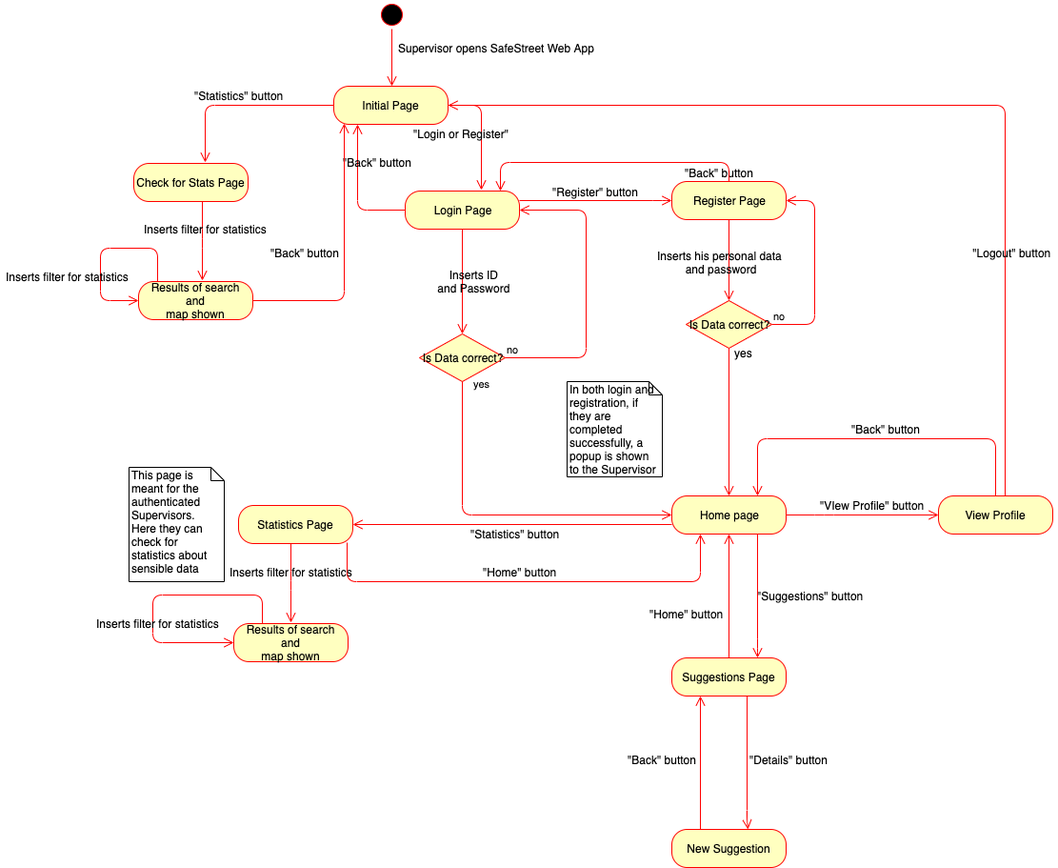
This is DD/img/Activity_diagram_Supervisor_WebApp.png from SimoneSartoni/SoftwareEngineering2, a draw.io export, as it was before one commit. Source tidied: cells renumbered, new cells last; positions are measured from the earlier drawing's top-left corner, leaving out a move shared by most shapes.
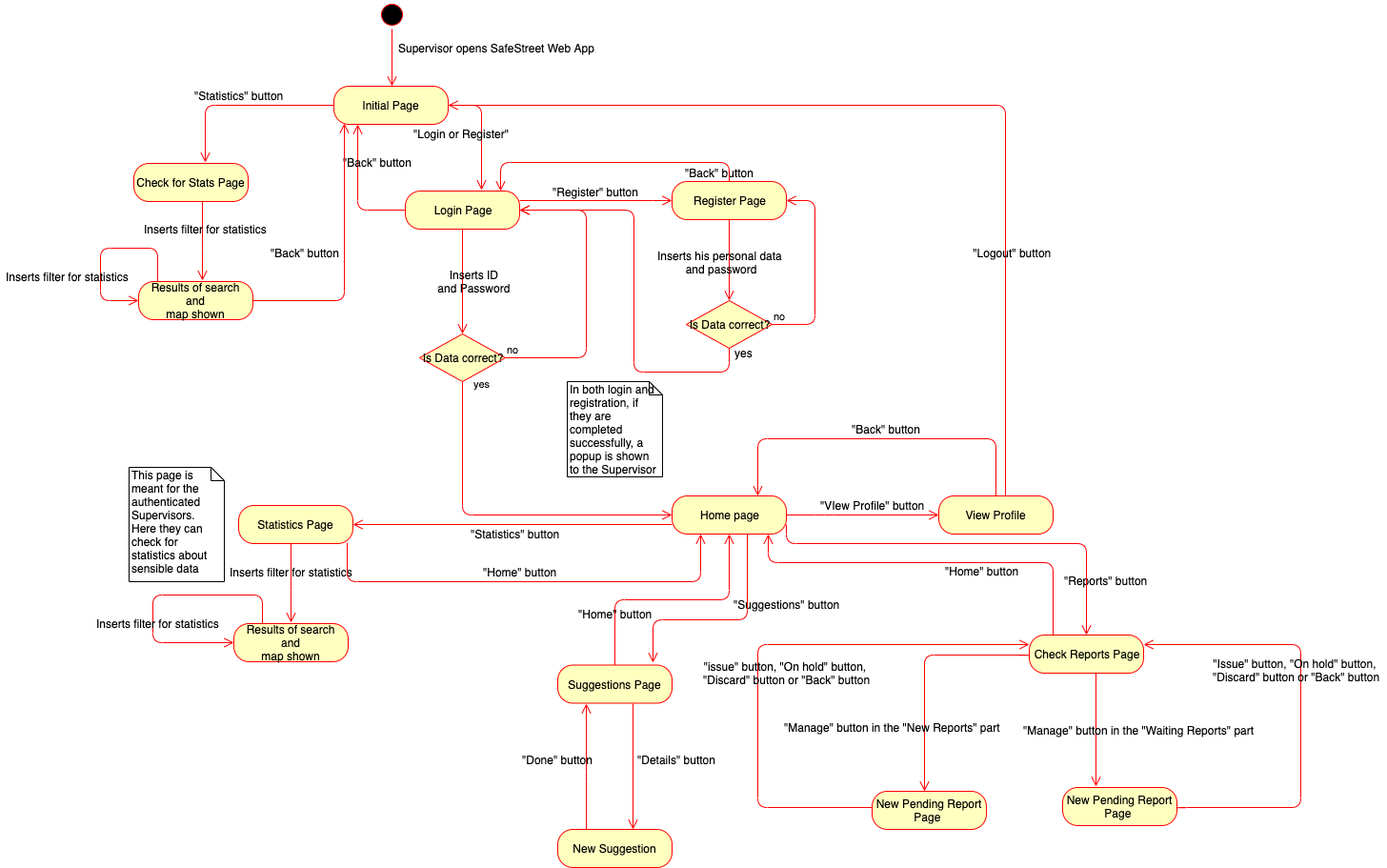
Above is the later version.

Commit message:
update activity diagrams

What changed in the source:
```diff
@@ -70,10 +70,12 @@
     <mxCell id="16" value="Register Page" style="rounded=1;whiteSpace=wrap;html=1;arcSize=40;fontColor=#000000;fillColor=#ffffc0;strokeColor=#ff0000;" parent="1" vertex="1">
       <mxGeometry x="705" y="190" width="120" height="40" as="geometry" />
     </mxCell>
-    <mxCell id="17" style="edgeStyle=orthogonalEdgeStyle;html=1;verticalAlign=bottom;endArrow=open;endSize=8;strokeColor=#ff0000;exitX=0.5;exitY=1;exitDx=0;exitDy=0;" parent="1" edge="1" source="22" target="19">
+    <mxCell id="17" style="edgeStyle=orthogonalEdgeStyle;html=1;verticalAlign=bottom;endArrow=open;endSize=8;strokeColor=#ff0000;exitX=0.5;exitY=1;exitDx=0;exitDy=0;entryX=1;entryY=0.75;entryDx=0;entryDy=0;" parent="1" edge="1" source="22" target="7">
       <mxGeometry relative="1" as="geometry">
         <Array as="points">
-          <mxPoint x="765" y="310" />
+          <mxPoint x="765" y="390" />
+          <mxPoint x="665" y="390" />
+          <mxPoint x="665" y="220" />
         </Array>
       </mxGeometry>
     </mxCell>
@@ -203,7 +205,7 @@
       <mxGeometry relative="1" as="geometry" />
     </mxCell>
     <mxCell id="46" value="Suggestions Page" style="rounded=1;whiteSpace=wrap;html=1;arcSize=40;fontColor=#000000;fillColor=#ffffc0;strokeColor=#ff0000;" parent="1" vertex="1">
-      <mxGeometry x="705" y="690" width="120" height="40" as="geometry" />
+      <mxGeometry x="585" y="697.5" width="120" height="40" as="geometry" />
     </mxCell>
     <mxCell id="47" value="Statistics Page" style="rounded=1;whiteSpace=wrap;html=1;arcSize=40;fontColor=#000000;fillColor=#ffffc0;strokeColor=#ff0000;" parent="1" vertex="1">
       <mxGeometry x="250" y="530" width="120" height="40" as="geometry" />
@@ -212,7 +214,7 @@
       <mxGeometry x="135" y="490" width="100" height="120" as="geometry" />
     </mxCell>
     <mxCell id="49" value="&quot;Suggestions&quot; button" style="text;html=1;align=center;verticalAlign=middle;" parent="1" vertex="1">
-      <mxGeometry x="785" y="615" width="130" height="20" as="geometry" />
+      <mxGeometry x="760" y="624" width="130" height="20" as="geometry" />
     </mxCell>
     <mxCell id="50" style="edgeStyle=orthogonalEdgeStyle;html=1;verticalAlign=bottom;endArrow=open;endSize=8;strokeColor=#ff0000;exitX=1;exitY=0.5;exitDx=0;exitDy=0;entryX=0.092;entryY=0.975;entryDx=0;entryDy=0;entryPerimeter=0;" parent="1" edge="1" source="38" target="2">
       <mxGeometry relative="1" as="geometry">
@@ -223,10 +225,11 @@
     </mxCell>
     <mxCell id="51" style="edgeStyle=orthogonalEdgeStyle;html=1;verticalAlign=bottom;endArrow=open;endSize=8;strokeColor=#ff0000;exitX=0.5;exitY=1;exitDx=0;exitDy=0;" parent="1" edge="1">
       <mxGeometry relative="1" as="geometry">
-        <mxPoint x="794.5" y="560" as="sourcePoint" />
-        <mxPoint x="794.5" y="690" as="targetPoint" />
+        <mxPoint x="783.5" y="560" as="sourcePoint" />
+        <mxPoint x="685" y="695" as="targetPoint" />
         <Array as="points">
-          <mxPoint x="794.5" y="680" />
+          <mxPoint x="784" y="650" />
+          <mxPoint x="685" y="650" />
         </Array>
       </mxGeometry>
     </mxCell>
@@ -242,7 +245,7 @@
       <mxGeometry x="885" y="440" width="90" height="20" as="geometry" />
     </mxCell>
     <mxCell id="54" value="&quot;Home&quot; button" style="text;html=1;align=center;verticalAlign=middle;" parent="1" vertex="1">
-      <mxGeometry x="675" y="634" width="90" height="20" as="geometry" />
+      <mxGeometry x="600" y="634" width="90" height="20" as="geometry" />
     </mxCell>
     <mxCell id="55" value="Results of search and&lt;br&gt;map shown" style="rounded=1;whiteSpace=wrap;html=1;arcSize=40;fontColor=#000000;fillColor=#ffffc0;strokeColor=#ff0000;" parent="1" vertex="1">
       <mxGeometry x="245" y="654" width="120" height="40" as="geometry" />
@@ -284,30 +287,105 @@
     <mxCell id="61" value="&quot;Home&quot; button" style="text;html=1;align=center;verticalAlign=middle;" parent="1" vertex="1">
       <mxGeometry x="500" y="590" width="90" height="20" as="geometry" />
     </mxCell>
-    <mxCell id="62" style="edgeStyle=orthogonalEdgeStyle;html=1;verticalAlign=bottom;endArrow=open;endSize=8;strokeColor=#ff0000;exitX=0.658;exitY=1;exitDx=0;exitDy=0;exitPerimeter=0;" parent="1" edge="1" source="46">
-      <mxGeometry relative="1" as="geometry">
-        <mxPoint x="784.5" y="870" as="targetPoint" />
-        <Array as="points">
-          <mxPoint x="784" y="860" />
-        </Array>
-      </mxGeometry>
+    <mxCell id="62" style="edgeStyle=orthogonalEdgeStyle;html=1;verticalAlign=bottom;endArrow=open;endSize=8;strokeColor=#ff0000;exitX=0.658;exitY=1;exitDx=0;exitDy=0;exitPerimeter=0;entryX=0.658;entryY=0;entryDx=0;entryDy=0;entryPerimeter=0;" parent="1" edge="1" source="46" target="63">
+      <mxGeometry relative="1" as="geometry" />
     </mxCell>
     <mxCell id="63" value="New Suggestion" style="rounded=1;whiteSpace=wrap;html=1;arcSize=40;fontColor=#000000;fillColor=#ffffc0;strokeColor=#ff0000;" parent="1" vertex="1">
-      <mxGeometry x="705" y="870" width="120" height="40" as="geometry" />
+      <mxGeometry x="585" y="870" width="120" height="40" as="geometry" />
     </mxCell>
     <mxCell id="64" value="&quot;Details&quot; button" style="text;html=1;align=center;verticalAlign=middle;" parent="1" vertex="1">
-      <mxGeometry x="778" y="787" width="100" height="20" as="geometry" />
+      <mxGeometry x="660" y="787" width="100" height="20" as="geometry" />
     </mxCell>
     <mxCell id="65" style="edgeStyle=orthogonalEdgeStyle;html=1;verticalAlign=bottom;endArrow=open;endSize=8;strokeColor=#ff0000;entryX=0.25;entryY=1;entryDx=0;entryDy=0;" parent="1" edge="1" target="46">
       <mxGeometry relative="1" as="geometry">
-        <mxPoint x="735" y="870" as="sourcePoint" />
+        <mxPoint x="615" y="870" as="sourcePoint" />
         <Array as="points">
-          <mxPoint x="735" y="870" />
+          <mxPoint x="615" y="810" />
+          <mxPoint x="615" y="810" />
         </Array>
       </mxGeometry>
     </mxCell>
-    <mxCell id="66" value="&quot;Back&quot; button" style="text;html=1;align=center;verticalAlign=middle;" parent="1" vertex="1">
-      <mxGeometry x="650" y="787" width="90" height="20" as="geometry" />
+    <mxCell id="66" value="&quot;Done&quot; button" style="text;html=1;align=center;verticalAlign=middle;" parent="1" vertex="1">
+      <mxGeometry x="540" y="787" width="90" height="20" as="geometry" />
     </mxCell>
+    <mxCell id="67" value="New Pending Report Page&amp;nbsp;" style="rounded=1;whiteSpace=wrap;html=1;arcSize=40;fontColor=#000000;fillColor=#ffffc0;strokeColor=#ff0000;" parent="1" vertex="1">
+      <mxGeometry x="1115" y="826" width="120" height="40" as="geometry" />
+    </mxCell>
+    <mxCell id="68" style="edgeStyle=orthogonalEdgeStyle;html=1;verticalAlign=bottom;endArrow=open;endSize=8;strokeColor=#ff0000;" parent="1" edge="1">
+      <mxGeometry relative="1" as="geometry">
+        <mxPoint x="1150" y="706" as="sourcePoint" />
+        <mxPoint x="1150" y="825" as="targetPoint" />
+        <Array as="points">
+          <mxPoint x="1150" y="706" />
+        </Array>
+      </mxGeometry>
+    </mxCell>
+    <mxCell id="69" style="edgeStyle=orthogonalEdgeStyle;html=1;verticalAlign=bottom;endArrow=open;endSize=8;strokeColor=#ff0000;exitX=0;exitY=0.5;exitDx=0;exitDy=0;entryX=0.458;entryY=0;entryDx=0;entryDy=0;entryPerimeter=0;" parent="1" edge="1" source="81" target="70">
+      <mxGeometry relative="1" as="geometry">
+        <Array as="points">
+          <mxPoint x="1080" y="687" />
+          <mxPoint x="970" y="687" />
+        </Array>
+      </mxGeometry>
+    </mxCell>
+    <mxCell id="70" value="New Pending Report Page&amp;nbsp;" style="rounded=1;whiteSpace=wrap;html=1;arcSize=40;fontColor=#000000;fillColor=#ffffc0;strokeColor=#ff0000;" parent="1" vertex="1">
+      <mxGeometry x="915" y="830" width="120" height="40" as="geometry" />
+    </mxCell>
+    <mxCell id="71" value="&quot;Reports&quot; button" style="text;html=1;align=center;verticalAlign=middle;" parent="1" vertex="1">
+      <mxGeometry x="1110" y="599" width="100" height="20" as="geometry" />
+    </mxCell>
+    <mxCell id="72" value="&quot;Manage&quot; button in the &quot;Waiting Reports&quot; part" style="text;html=1;align=center;verticalAlign=middle;" parent="1" vertex="1">
+      <mxGeometry x="1065" y="756" width="260" height="20" as="geometry" />
+    </mxCell>
+    <mxCell id="73" value="&quot;Manage&quot; button in the &quot;New Reports&quot; part" style="text;html=1;align=center;verticalAlign=middle;" parent="1" vertex="1">
+      <mxGeometry x="816" y="753" width="240" height="20" as="geometry" />
+    </mxCell>
+    <mxCell id="74" style="edgeStyle=orthogonalEdgeStyle;html=1;verticalAlign=bottom;endArrow=open;endSize=8;strokeColor=#ff0000;entryX=0;entryY=0.25;entryDx=0;entryDy=0;" parent="1" edge="1" target="81">
+      <mxGeometry relative="1" as="geometry">
+        <mxPoint x="915" y="847" as="sourcePoint" />
+        <Array as="points">
+          <mxPoint x="915" y="847" />
+          <mxPoint x="795" y="847" />
+          <mxPoint x="795" y="676" />
+        </Array>
+      </mxGeometry>
+    </mxCell>
+    <mxCell id="75" value="&quot;issue&quot; button, &quot;On hold&quot; button, &lt;br&gt;&quot;Discard&quot; button or &quot;Back&quot; button" style="text;html=1;align=center;verticalAlign=middle;" parent="1" vertex="1">
+      <mxGeometry x="730" y="691" width="190" height="30" as="geometry" />
+    </mxCell>
+    <mxCell id="76" style="edgeStyle=orthogonalEdgeStyle;html=1;verticalAlign=bottom;endArrow=open;endSize=8;strokeColor=#ff0000;entryX=1;entryY=0.25;entryDx=0;entryDy=0;exitX=1;exitY=0.5;exitDx=0;exitDy=0;" parent="1" edge="1" source="67" target="81">
+      <mxGeometry relative="1" as="geometry">
+        <Array as="points">
+          <mxPoint x="1235" y="847" />
+          <mxPoint x="1365" y="847" />
+          <mxPoint x="1365" y="676" />
+        </Array>
+      </mxGeometry>
+    </mxCell>
+    <mxCell id="77" value="&quot;Issue&quot; button, &quot;On hold&quot; button, &lt;br&gt;&quot;Discard&quot; button or &quot;Back&quot; button" style="text;html=1;align=center;verticalAlign=middle;" parent="1" vertex="1">
+      <mxGeometry x="1265" y="687.5" width="190" height="30" as="geometry" />
+    </mxCell>
+    <mxCell id="78" value="&quot;Home&quot; button" style="text;html=1;align=center;verticalAlign=middle;" parent="1" vertex="1">
+      <mxGeometry x="985" y="589" width="90" height="20" as="geometry" />
+    </mxCell>
+    <mxCell id="79" style="edgeStyle=orthogonalEdgeStyle;html=1;verticalAlign=bottom;endArrow=open;endSize=8;strokeColor=#ff0000;exitX=1;exitY=0.75;exitDx=0;exitDy=0;" parent="1" edge="1" source="19" target="81">
+      <mxGeometry relative="1" as="geometry">
+        <Array as="points">
+          <mxPoint x="825" y="570" />
+          <mxPoint x="1140" y="570" />
+        </Array>
+      </mxGeometry>
+    </mxCell>
+    <mxCell id="80" style="edgeStyle=orthogonalEdgeStyle;html=1;verticalAlign=bottom;endArrow=open;endSize=8;strokeColor=#ff0000;entryX=0.842;entryY=1;entryDx=0;entryDy=0;entryPerimeter=0;" parent="1" edge="1" source="81" target="19">
+      <mxGeometry relative="1" as="geometry">
+        <Array as="points">
+          <mxPoint x="1105" y="590" />
+          <mxPoint x="806" y="590" />
+        </Array>
+      </mxGeometry>
+    </mxCell>
+    <mxCell id="81" value="Check Reports Page" style="rounded=1;whiteSpace=wrap;html=1;arcSize=40;fontColor=#000000;fillColor=#ffffc0;strokeColor=#ff0000;" parent="1" vertex="1">
+      <mxGeometry x="1080" y="666" width="120" height="40" as="geometry" />
+    </mxCell>
   </root>
 </mxGraphModel>
```
